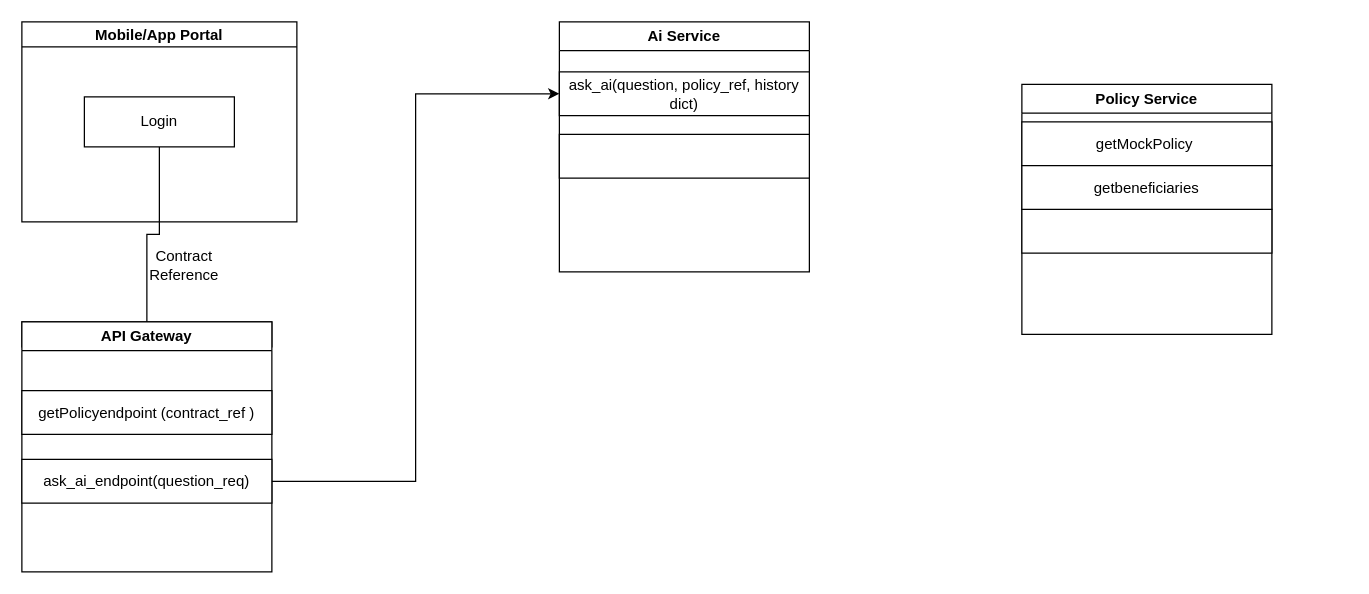
The draw.io diagram Media/SmartServe.drawio in TriumphNdlovu/SmartServe_code, before the edit. Source tidied: cells renumbered, new cells numbered last; positions are measured from the earlier drawing's top-left corner, leaving out a move shared by most shapes. Both pictures are drawn from the tidied source at 125%, with x=0, y=0 at pixel (21, 21).
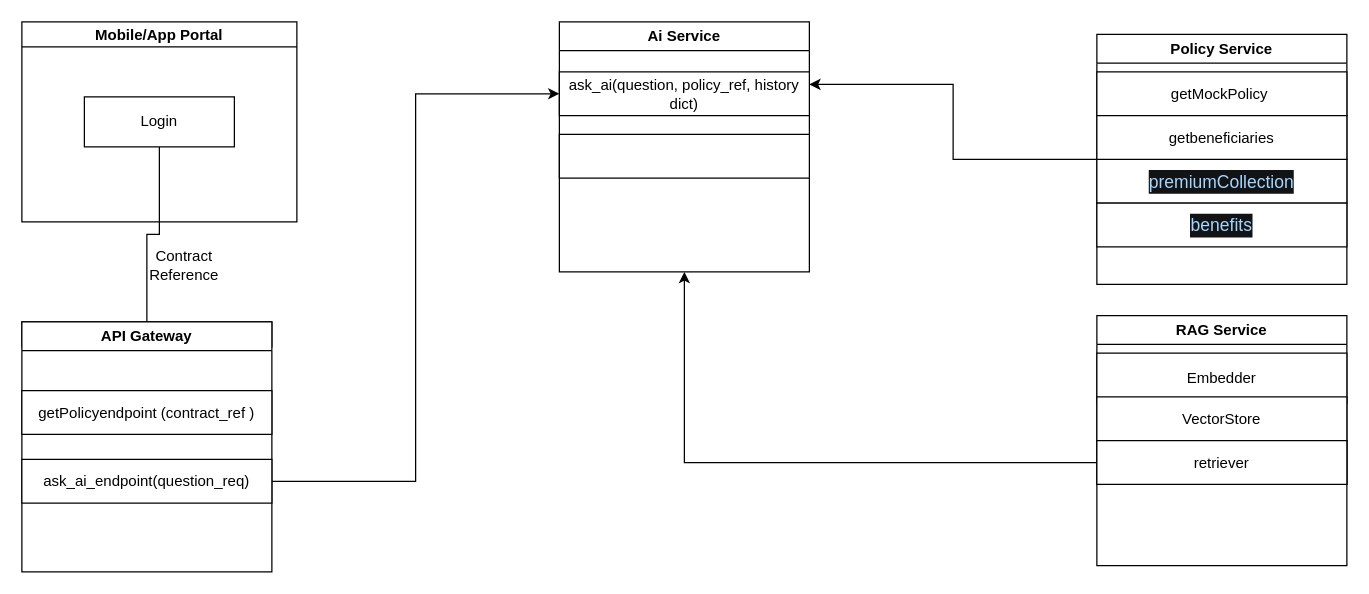
After the change.

The change refers to these unchanged cells:
```xml
<mxCell id="6" value="Ai Service" style="swimlane;whiteSpace=wrap;html=1;" parent="1" vertex="1">
  <mxGeometry x="430" width="200" height="200" as="geometry" />
</mxCell>
```

Change to the diagram source:
```diff
@@
+    <mxCell id="19" style="edgeStyle=orthogonalEdgeStyle;rounded=0;jettySize=auto;html=1;entryX=1;entryY=0.25;entryDx=0;entryDy=0;" parent="1" edge="1" source="15" target="6">
+      <mxGeometry relative="1" as="geometry" />
+    </mxCell>
     <mxCell id="15" value="Policy Service" style="swimlane;whiteSpace=wrap;html=1;" parent="1" vertex="1">
-      <mxGeometry x="800" y="50" width="200" height="200" as="geometry" />
+      <mxGeometry x="860" y="10" width="200" height="200" as="geometry" />
     </mxCell>
@@
-    <mxCell id="17" style="rounded=0;whiteSpace=wrap;html=1;" parent="15" vertex="1">
+    <mxCell id="17" value="&lt;div style=&quot;color: rgb(187, 190, 191); background-color: rgb(18, 19, 20); font-size: 14px; line-height: 19px; white-space: pre;&quot;&gt;&lt;span style=&quot;color: rgb(165, 214, 255);&quot;&gt;&lt;font face=&quot;Helvetica&quot;&gt;premiumCollection&lt;/font&gt;&lt;/span&gt;&lt;/div&gt;" style="rounded=0;whiteSpace=wrap;html=1;" parent="15" vertex="1">
       <mxGeometry y="100" width="200" height="35" as="geometry" />
     </mxCell>
@@
+    <mxCell id="20" value="&lt;div style=&quot;color: rgb(187, 190, 191); background-color: rgb(18, 19, 20); font-size: 14px; line-height: 19px; white-space: pre;&quot;&gt;&lt;span style=&quot;color: rgb(165, 214, 255);&quot;&gt;&lt;font face=&quot;Helvetica&quot;&gt;benefits&lt;/font&gt;&lt;/span&gt;&lt;/div&gt;" style="rounded=0;whiteSpace=wrap;html=1;strokeColor=default;" parent="15" vertex="1">
+      <mxGeometry y="135" width="200" height="35" as="geometry" />
+    </mxCell>
+    <mxCell id="21" value="RAG Service" style="swimlane;whiteSpace=wrap;html=1;" parent="1" vertex="1">
+      <mxGeometry x="860" y="235" width="200" height="200" as="geometry" />
+    </mxCell>
+    <mxCell id="22" value="Embedder" style="rounded=0;whiteSpace=wrap;html=1;" parent="21" vertex="1">
+      <mxGeometry y="30" width="200" height="40" as="geometry" />
+    </mxCell>
+    <mxCell id="23" style="rounded=0;whiteSpace=wrap;html=1;" parent="21" vertex="1">
+      <mxGeometry y="100" width="200" height="35" as="geometry" />
+    </mxCell>
+    <mxCell id="24" value="VectorStore" style="rounded=0;whiteSpace=wrap;html=1;" parent="21" vertex="1">
+      <mxGeometry y="65" width="200" height="35" as="geometry" />
+    </mxCell>
+    <mxCell id="25" value="retriever" style="rounded=0;whiteSpace=wrap;html=1;" parent="21" vertex="1">
+      <mxGeometry y="100" width="200" height="35" as="geometry" />
+    </mxCell>
+    <mxCell id="26" style="edgeStyle=orthogonalEdgeStyle;rounded=0;jettySize=auto;html=1;entryX=0.5;entryY=1;entryDx=0;entryDy=0;" parent="1" edge="1" source="25" target="6">
+      <mxGeometry relative="1" as="geometry" />
+    </mxCell>
```
